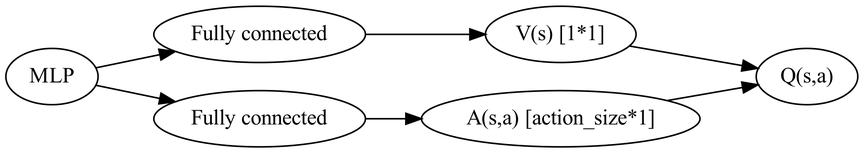
Before: doc/graphs/ann_dueling_demo.png, a diagram exported from Graphviz (basictask/TrafficControl). Its source is kept beside it as doc/graphs/ann_dueling_demo.dot.
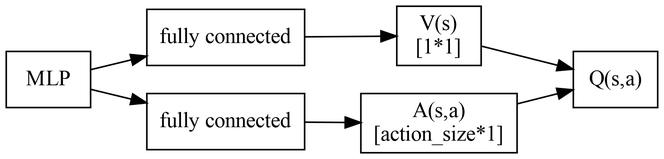
The same file after the commit.

The edit, as a diff of the source:
```diff
@@ -6,12 +6,12 @@
     rankdir = "LR"
 
     # Node definitions
-    MLP [label = "MLP"]
-    fc1 [label = "Fully connected"]
-    fc2 [label = "Fully connected"]
-    V_s [label = "V(s) [1*1]"]
-    A_sa [label = "A(s,a) [action_size*1]"]
-    Q_sa [label = "Q(s,a)"]
+    MLP [label = "MLP", shape=box]
+    fc1 [label = "fully connected", shape=box]
+    fc2 [label = "fully connected", shape=box]
+    V_s [label = "V(s)\n[1*1]", shape=box]
+    A_sa [label = "A(s,a)\n[action_size*1]", shape=box]
+    Q_sa [label = "Q(s,a)", shape=box]
 
     # Defining connections
     MLP -> fc1
```
